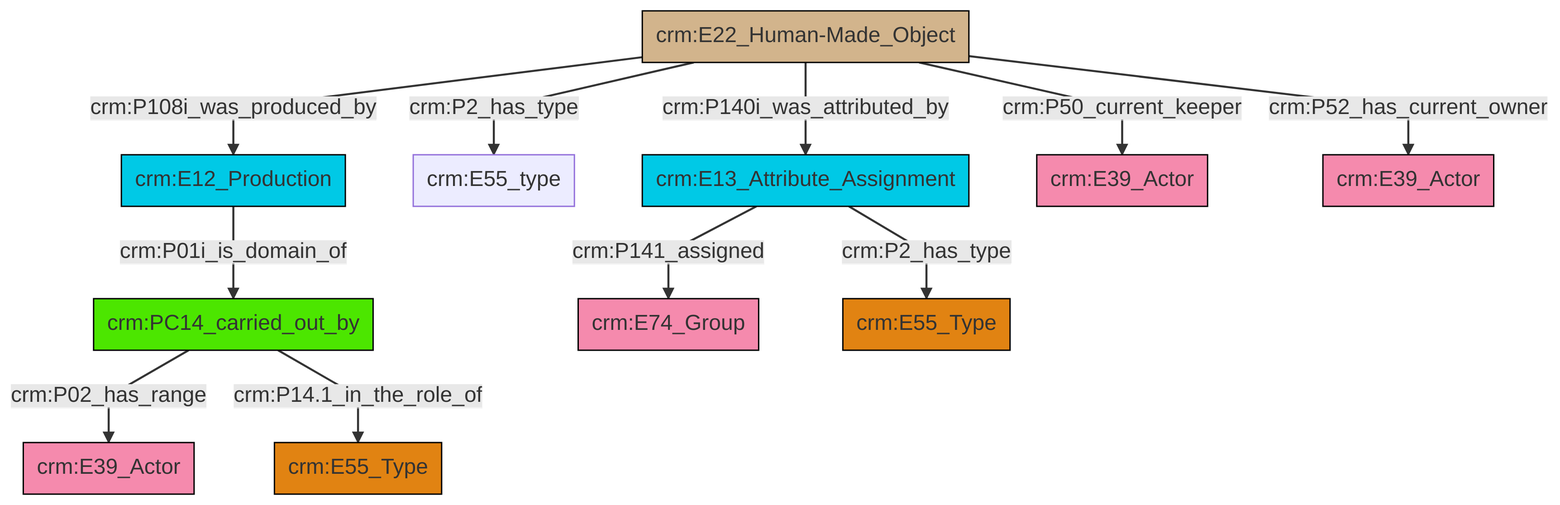
Earlier version of the Mermaid export et/artworkCSV/ttl/mmd/png/Artwork_Actor_Relations.png (swiss-art-research-net/docs.swissartresearch). Its source is kept beside it as et/artworkCSV/ttl/mmd/Artwork_Actor_Relations.ttl.mmd.
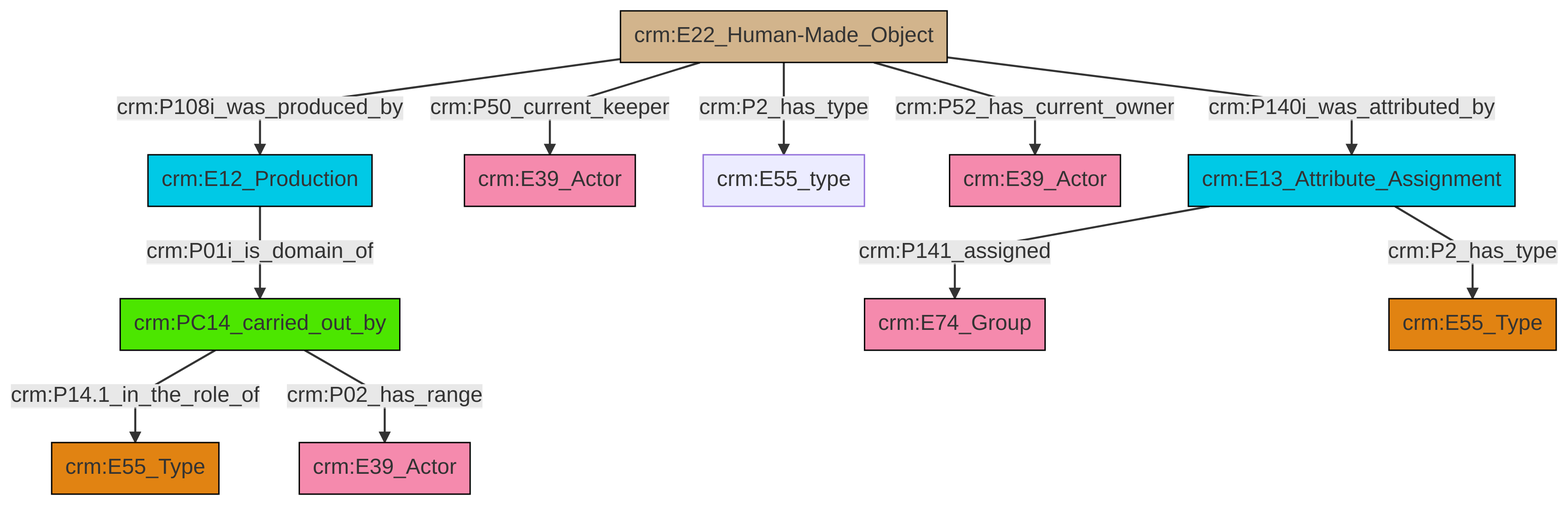
Above is the later version.

The edit, as a diff of the source:
```diff
@@ -13,13 +13,13 @@
 classDef PC_Classes fill:#4ce600, stroke:#000000;
 classDef Multi fill:#cccccc,stroke:#000000;
 
-0["crm:E22_Human-Made_Object"]:::Physical_Thing -->|crm:P108i_was_produced_by| 1["crm:E12_Production"]:::Temporal_Entity
-8["crm:PC14_carried_out_by"]:::PC_Classes -->|crm:P02_has_range| 6["crm:E39_Actor"]:::Actor
-0["crm:E22_Human-Made_Object"]:::Physical_Thing -->|crm:P2_has_type| 9["crm:E55_type"]:::Default
-1["crm:E12_Production"]:::Temporal_Entity -->|crm:P01i_is_domain_of| 8["crm:PC14_carried_out_by"]:::PC_Classes
-11["crm:E13_Attribute_Assignment"]:::Temporal_Entity -->|crm:P141_assigned| 12["crm:E74_Group"]:::Actor
-11["crm:E13_Attribute_Assignment"]:::Temporal_Entity -->|crm:P2_has_type| 2["crm:E55_Type"]:::Type
-0["crm:E22_Human-Made_Object"]:::Physical_Thing -->|crm:P140i_was_attributed_by| 11["crm:E13_Attribute_Assignment"]:::Temporal_Entity
-0["crm:E22_Human-Made_Object"]:::Physical_Thing -->|crm:P50_current_keeper| 4["crm:E39_Actor"]:::Actor
-0["crm:E22_Human-Made_Object"]:::Physical_Thing -->|crm:P52_has_current_owner| 16["crm:E39_Actor"]:::Actor
-8["crm:PC14_carried_out_by"]:::PC_Classes -->|crm:P14.1_in_the_role_of| 21["crm:E55_Type"]:::Type
+2["crm:E13_Attribute_Assignment"]:::Temporal_Entity -->|crm:P141_assigned| 3["crm:E74_Group"]:::Actor
+4["crm:E22_Human-Made_Object"]:::Physical_Thing -->|crm:P108i_was_produced_by| 5["crm:E12_Production"]:::Temporal_Entity
+4["crm:E22_Human-Made_Object"]:::Physical_Thing -->|crm:P50_current_keeper| 6["crm:E39_Actor"]:::Actor
+7["crm:PC14_carried_out_by"]:::PC_Classes -->|crm:P14.1_in_the_role_of| 8["crm:E55_Type"]:::Type
+7["crm:PC14_carried_out_by"]:::PC_Classes -->|crm:P02_has_range| 0["crm:E39_Actor"]:::Actor
+4["crm:E22_Human-Made_Object"]:::Physical_Thing -->|crm:P2_has_type| 9["crm:E55_type"]:::Default
+4["crm:E22_Human-Made_Object"]:::Physical_Thing -->|crm:P52_has_current_owner| 18["crm:E39_Actor"]:::Actor
+2["crm:E13_Attribute_Assignment"]:::Temporal_Entity -->|crm:P2_has_type| 13["crm:E55_Type"]:::Type
+5["crm:E12_Production"]:::Temporal_Entity -->|crm:P01i_is_domain_of| 7["crm:PC14_carried_out_by"]:::PC_Classes
+4["crm:E22_Human-Made_Object"]:::Physical_Thing -->|crm:P140i_was_attributed_by| 2["crm:E13_Attribute_Assignment"]:::Temporal_Entity
```
